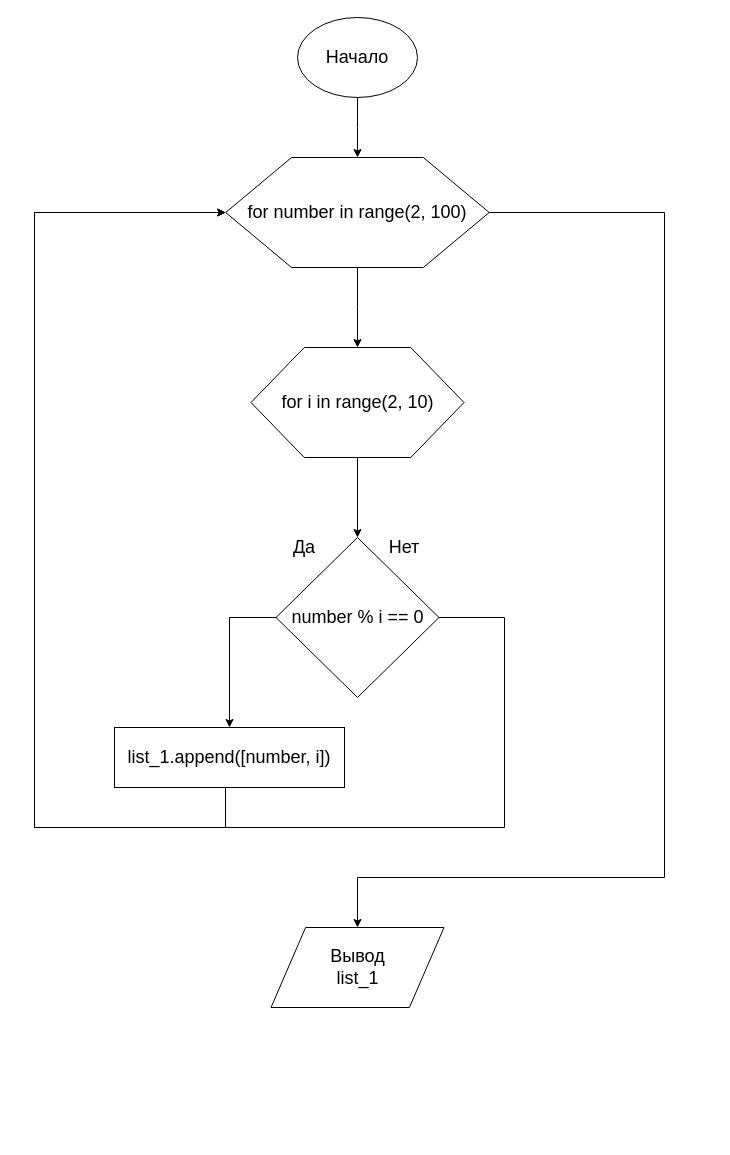
Earlier version of the draw.io diagram page "Task 1" (1 of 3) of GB_Algorythms/HW/Lesson_3.drawio (alex-kalinichenko/misc). Source tidied: cells renumbered, new cells numbered last; positions are measured from the earlier drawing's top-left corner, leaving out a move shared by most shapes. Both pictures are drawn from the tidied source at 100%, with x=0, y=0 at pixel (34, 17).
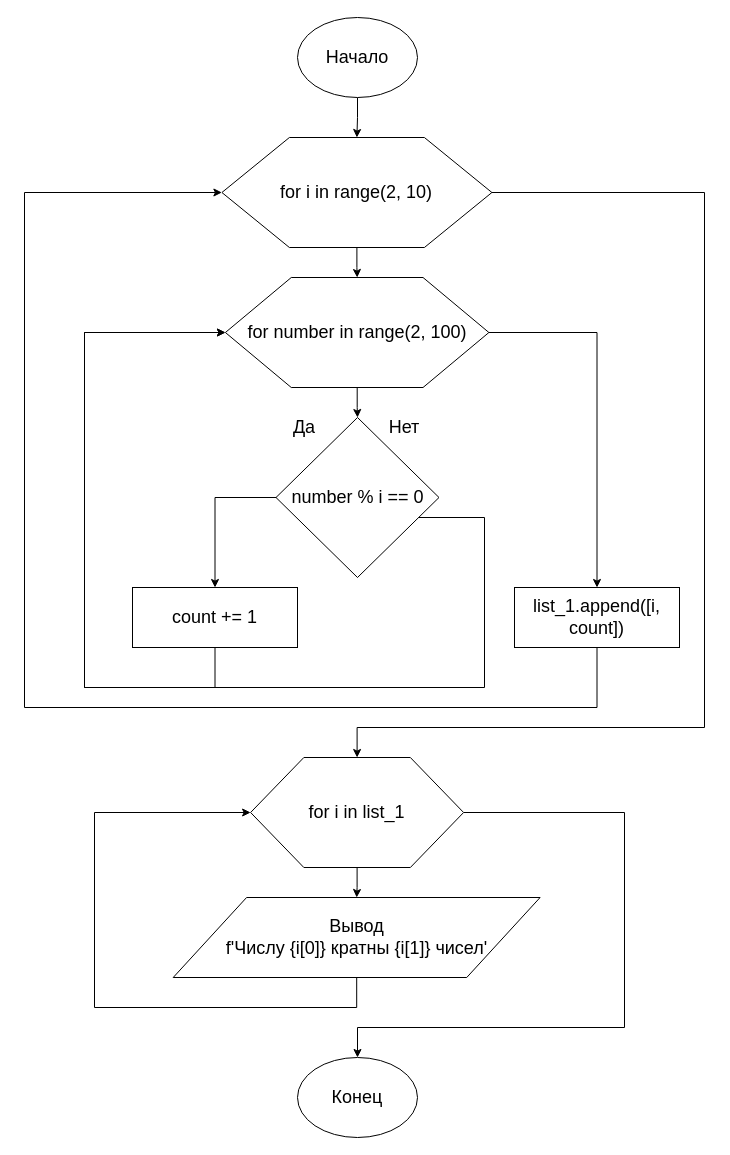
The same page after the edit.

Unchanged cells that the change refers to:
```xml
<mxCell id="3" value="Начало" style="ellipse;whiteSpace=wrap;html=1;fontSize=18;" parent="1" vertex="1">
  <mxGeometry x="263" width="120" height="80" as="geometry" />
</mxCell>
```

What changed in the source:
```diff
@@
-    <mxCell id="2" style="edgeStyle=orthogonalEdgeStyle;rounded=0;jettySize=auto;html=1;" parent="1" edge="1" source="3" target="6">
+    <mxCell id="2" style="edgeStyle=orthogonalEdgeStyle;rounded=0;jettySize=auto;html=1;" parent="1" edge="1" source="3" target="8">
       <mxGeometry relative="1" as="geometry" />
     </mxCell>
@@
-    <mxCell id="4" style="edgeStyle=orthogonalEdgeStyle;rounded=0;jettySize=auto;html=1;" parent="1" edge="1" source="6" target="8">
-      <mxGeometry relative="1" as="geometry" />
-    </mxCell>
-    <mxCell id="5" style="edgeStyle=orthogonalEdgeStyle;rounded=0;jettySize=auto;html=1;" parent="1" edge="1" source="6" target="16">
+    <mxCell id="5" style="edgeStyle=orthogonalEdgeStyle;rounded=0;jettySize=auto;html=1;exitX=1;exitY=0.5;exitDx=0;exitDy=0;entryX=0.5;entryY=0;entryDx=0;entryDy=0;" parent="1" edge="1" source="8" target="25">
       <mxGeometry relative="1" as="geometry">
         <Array as="points">
-          <mxPoint x="630" y="195" />
-          <mxPoint x="630" y="860" />
-          <mxPoint x="323" y="860" />
+          <mxPoint x="670" y="175" />
+          <mxPoint x="670" y="710" />
+          <mxPoint x="323" y="710" />
         </Array>
       </mxGeometry>
     </mxCell>
-    <mxCell id="6" value="for number in range(2, 100)" style="shape=hexagon;perimeter=hexagonPerimeter2;whiteSpace=wrap;html=1;fontSize=18;" parent="1" vertex="1">
-      <mxGeometry x="191.2" y="140" width="263.5" height="110" as="geometry" />
-    </mxCell>
-    <mxCell id="7" style="edgeStyle=orthogonalEdgeStyle;rounded=0;jettySize=auto;html=1;" parent="1" edge="1" source="8" target="11">
+    <mxCell id="7" style="edgeStyle=orthogonalEdgeStyle;rounded=0;jettySize=auto;html=1;" parent="1" edge="1" source="6" target="11">
       <mxGeometry relative="1" as="geometry" />
     </mxCell>
+    <mxCell id="17" style="edgeStyle=orthogonalEdgeStyle;rounded=0;jettySize=auto;html=1;" parent="1" edge="1" source="8" target="6">
+      <mxGeometry relative="1" as="geometry" />
+    </mxCell>
     <mxCell id="8" value="for i in range(2, 10)" style="shape=hexagon;perimeter=hexagonPerimeter2;whiteSpace=wrap;html=1;fontSize=18;" parent="1" vertex="1">
-      <mxGeometry x="216.5" y="330" width="213" height="110" as="geometry" />
+      <mxGeometry x="187.4" y="120" width="270" height="110" as="geometry" />
     </mxCell>
-    <mxCell id="9" style="edgeStyle=orthogonalEdgeStyle;rounded=0;jettySize=auto;html=1;entryX=0.5;entryY=0;entryDx=0;entryDy=0;" parent="1" edge="1" source="11" target="15">
+    <mxCell id="9" style="edgeStyle=orthogonalEdgeStyle;rounded=0;jettySize=auto;html=1;entryX=0.5;entryY=0;entryDx=0;entryDy=0;" parent="1" edge="1" source="11" target="21">
       <mxGeometry relative="1" as="geometry">
         <Array as="points">
-          <mxPoint x="195" y="600" />
+          <mxPoint x="180" y="480" />
         </Array>
       </mxGeometry>
     </mxCell>
     <mxCell id="10" style="edgeStyle=orthogonalEdgeStyle;rounded=0;jettySize=auto;html=1;entryX=0;entryY=0.5;entryDx=0;entryDy=0;" parent="1" edge="1" source="11" target="6">
       <mxGeometry relative="1" as="geometry">
         <Array as="points">
-          <mxPoint x="470" y="600" />
-          <mxPoint x="470" y="810" />
-          <mxPoint y="810" />
-          <mxPoint y="195" />
+          <mxPoint x="450" y="500" />
+          <mxPoint x="450" y="670" />
+          <mxPoint x="50" y="670" />
+          <mxPoint x="50" y="315" />
         </Array>
       </mxGeometry>
     </mxCell>
     <mxCell id="11" value="number % i == 0" style="rhombus;whiteSpace=wrap;html=1;fontSize=18;" parent="1" vertex="1">
-      <mxGeometry x="241.5" y="520" width="163" height="160" as="geometry" />
+      <mxGeometry x="241.5" y="400" width="163" height="160" as="geometry" />
     </mxCell>
     <mxCell id="12" value="Да" style="text;html=1;strokeColor=none;fillColor=none;align=center;verticalAlign=middle;whiteSpace=wrap;rounded=0;fontSize=18;" parent="1" vertex="1">
-      <mxGeometry x="250" y="520" width="40" height="20" as="geometry" />
+      <mxGeometry x="250" y="400" width="40" height="20" as="geometry" />
     </mxCell>
     <mxCell id="13" value="Нет" style="text;html=1;strokeColor=none;fillColor=none;align=center;verticalAlign=middle;whiteSpace=wrap;rounded=0;fontSize=18;" parent="1" vertex="1">
-      <mxGeometry x="350" y="520" width="40" height="20" as="geometry" />
+      <mxGeometry x="350" y="400" width="40" height="20" as="geometry" />
     </mxCell>
-    <mxCell id="14" style="edgeStyle=orthogonalEdgeStyle;rounded=0;jettySize=auto;html=1;entryX=0;entryY=0.5;entryDx=0;entryDy=0;exitX=0.5;exitY=1;exitDx=0;exitDy=0;" parent="1" edge="1" source="15" target="6">
+    <mxCell id="14" style="edgeStyle=orthogonalEdgeStyle;rounded=0;jettySize=auto;html=1;entryX=0;entryY=0.5;entryDx=0;entryDy=0;exitX=0.5;exitY=1;exitDx=0;exitDy=0;" parent="1" edge="1" source="21" target="6">
       <mxGeometry relative="1" as="geometry">
         <Array as="points">
-          <mxPoint x="195" y="750" />
-          <mxPoint x="191" y="750" />
-          <mxPoint x="191" y="810" />
-          <mxPoint y="810" />
-          <mxPoint y="195" />
+          <mxPoint x="180" y="670" />
+          <mxPoint x="50" y="670" />
+          <mxPoint x="50" y="315" />
         </Array>
       </mxGeometry>
     </mxCell>
-    <mxCell id="15" value="list_1.append([number, i])" style="rounded=0;whiteSpace=wrap;html=1;fontSize=18;" parent="1" vertex="1">
-      <mxGeometry x="80" y="710" width="230" height="60" as="geometry" />
-    </mxCell>
+    <mxCell id="18" style="edgeStyle=orthogonalEdgeStyle;rounded=0;jettySize=auto;html=1;entryX=0;entryY=0.5;entryDx=0;entryDy=0;" parent="1" edge="1" source="16" target="25">
+      <mxGeometry relative="1" as="geometry">
+        <Array as="points">
+          <mxPoint x="323" y="990" />
+          <mxPoint x="60" y="990" />
+          <mxPoint x="60" y="795" />
+        </Array>
+      </mxGeometry>
+    </mxCell>
-    <mxCell id="16" value="Вывод&lt;br&gt;list_1" style="shape=parallelogram;perimeter=parallelogramPerimeter;whiteSpace=wrap;html=1;fontSize=18;" parent="1" vertex="1">
-      <mxGeometry x="236.5" y="910" width="173" height="80" as="geometry" />
+    <mxCell id="16" value="Вывод&lt;br&gt;f'Числу {i[0]} кратны {i[1]} чисел'" style="shape=parallelogram;perimeter=parallelogramPerimeter;whiteSpace=wrap;html=1;fontSize=18;" parent="1" vertex="1">
+      <mxGeometry x="138.7" y="880" width="366.9" height="80" as="geometry" />
     </mxCell>
+    <mxCell id="19" style="edgeStyle=orthogonalEdgeStyle;rounded=0;jettySize=auto;html=1;entryX=0;entryY=0.5;entryDx=0;entryDy=0;exitX=0.5;exitY=1;exitDx=0;exitDy=0;" parent="1" edge="1" source="22" target="8">
+      <mxGeometry relative="1" as="geometry">
+        <Array as="points">
+          <mxPoint x="563" y="690" />
+          <mxPoint x="-10" y="690" />
+          <mxPoint x="-10" y="175" />
+        </Array>
+      </mxGeometry>
+    </mxCell>
+    <mxCell id="20" style="edgeStyle=orthogonalEdgeStyle;rounded=0;jettySize=auto;html=1;entryX=0.5;entryY=0;entryDx=0;entryDy=0;" parent="1" edge="1" source="6" target="22">
+      <mxGeometry relative="1" as="geometry" />
+    </mxCell>
+    <mxCell id="6" value="for number in range(2, 100)" style="shape=hexagon;perimeter=hexagonPerimeter2;whiteSpace=wrap;html=1;fontSize=18;" parent="1" vertex="1">
+      <mxGeometry x="190.9" y="260" width="263.5" height="110" as="geometry" />
+    </mxCell>
+    <mxCell id="21" value="count += 1" style="rounded=0;whiteSpace=wrap;html=1;fontSize=18;" parent="1" vertex="1">
+      <mxGeometry x="98" y="570" width="165" height="60" as="geometry" />
+    </mxCell>
+    <mxCell id="22" value="list_1.append([i, count])" style="rounded=0;whiteSpace=wrap;html=1;fontSize=18;" parent="1" vertex="1">
+      <mxGeometry x="480" y="570" width="165" height="60" as="geometry" />
+    </mxCell>
+    <mxCell id="23" style="edgeStyle=orthogonalEdgeStyle;rounded=0;jettySize=auto;html=1;" parent="1" edge="1" source="25" target="16">
+      <mxGeometry relative="1" as="geometry" />
+    </mxCell>
+    <mxCell id="24" style="edgeStyle=orthogonalEdgeStyle;rounded=0;jettySize=auto;html=1;entryX=0.5;entryY=0;entryDx=0;entryDy=0;" parent="1" edge="1" source="25" target="26">
+      <mxGeometry relative="1" as="geometry">
+        <Array as="points">
+          <mxPoint x="590" y="795" />
+          <mxPoint x="590" y="1010" />
+          <mxPoint x="323" y="1010" />
+        </Array>
+      </mxGeometry>
+    </mxCell>
+    <mxCell id="25" value="for i in list_1" style="shape=hexagon;perimeter=hexagonPerimeter2;whiteSpace=wrap;html=1;fontSize=18;" parent="1" vertex="1">
+      <mxGeometry x="216.1" y="740" width="213" height="110" as="geometry" />
+    </mxCell>
+    <mxCell id="26" value="Конец" style="ellipse;whiteSpace=wrap;html=1;fontSize=18;" parent="1" vertex="1">
+      <mxGeometry x="263" y="1040" width="120" height="80" as="geometry" />
+    </mxCell>
```
